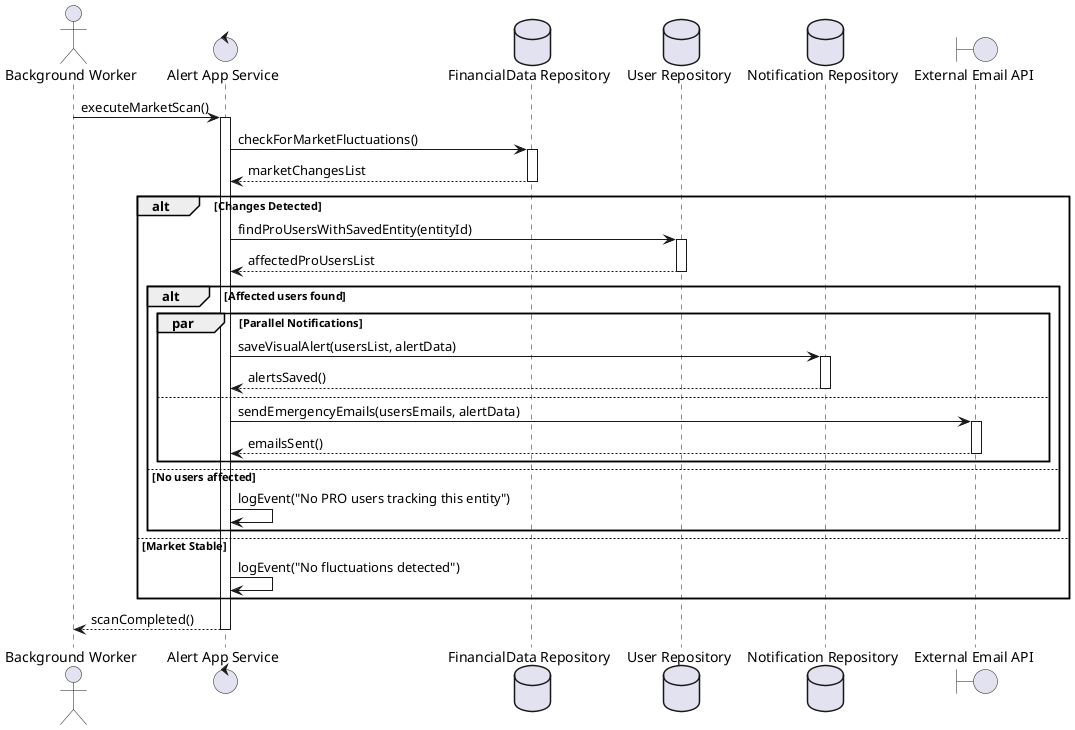
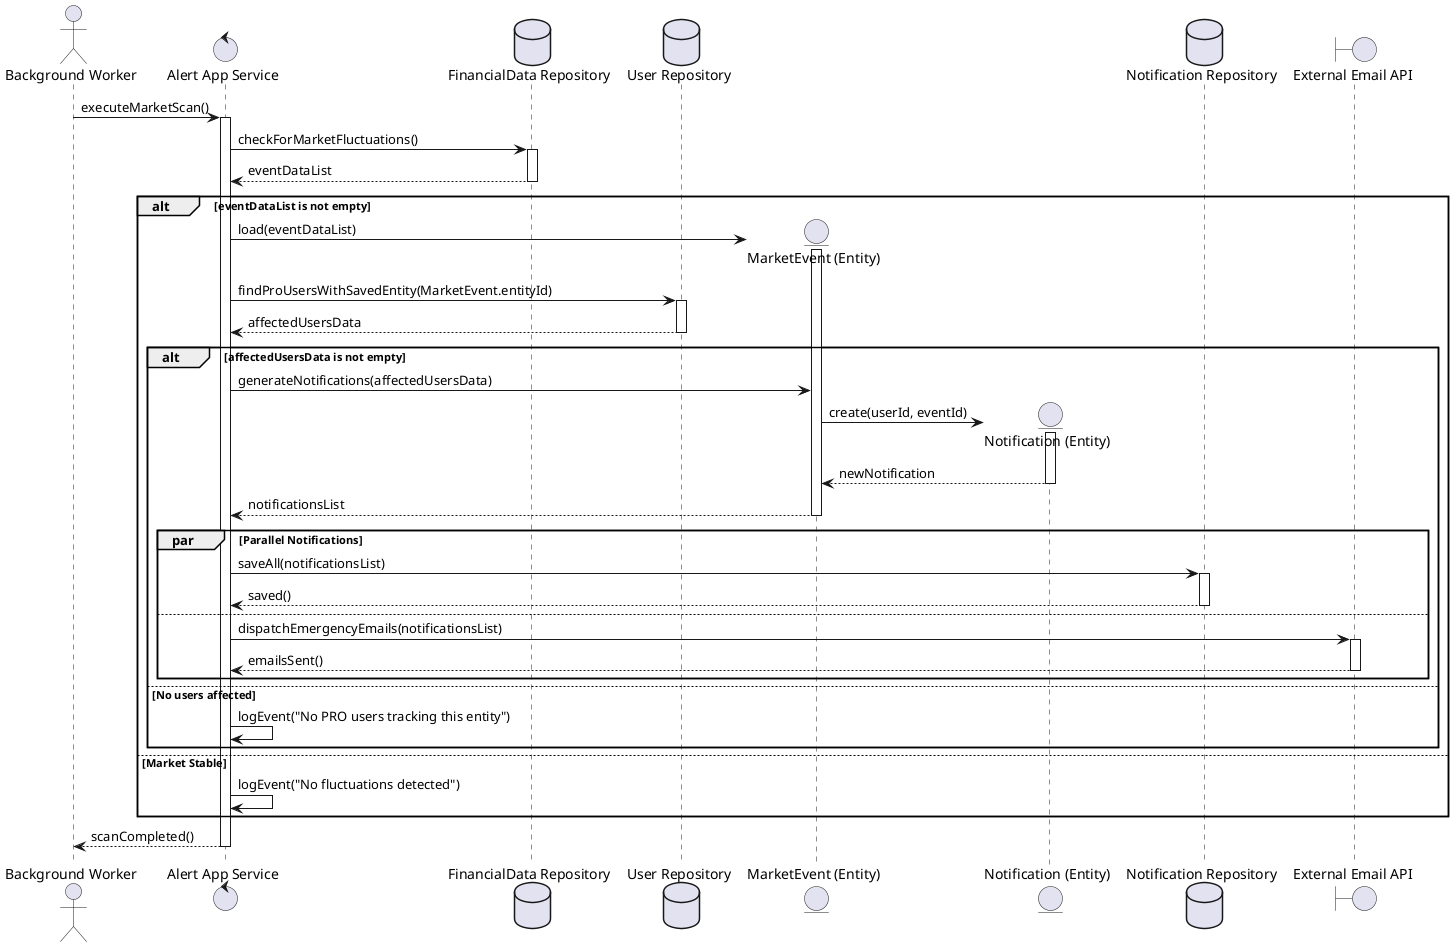
- @startuml "Sequence Diagram - Monitor Market and Issue Alerts"
+ @startuml "Sequence Diagram - Monitor Market and Issue Alerts (DDD & Robustness)"

actor "Background Worker" as Worker
control "Alert App Service" as AppService
database "FinancialData Repository" as FinRepo
database "User Repository" as UserRepo
+ entity "MarketEvent (Entity)" as MarketEvent
+ entity "Notification (Entity)" as Notification
database "Notification Repository" as NotifRepo
boundary "External Email API" as EmailAPI

Worker -> AppService : executeMarketScan()
activate AppService

AppService -> FinRepo : checkForMarketFluctuations()
activate FinRepo
- FinRepo --> AppService : marketChangesList
+ FinRepo --> AppService : eventDataList
deactivate FinRepo

- ' Validación de fluctuaciones (Tasas, Semáforo o SBS)
- alt Changes Detected
-     AppService -> UserRepo : findProUsersWithSavedEntity(entityId)
+ ' Validación de fluctuaciones delegada al dominio
+ alt eventDataList is not empty
+     ' 1. Instanciación de la Entidad del evento de mercado
+     AppService -> MarketEvent ** : load(eventDataList)
+     activate MarketEvent
+ 
+     AppService -> UserRepo : findProUsersWithSavedEntity(MarketEvent.entityId)
    activate UserRepo
-     UserRepo --> AppService : affectedProUsersList
+     UserRepo --> AppService : affectedUsersData
    deactivate UserRepo

-     ' Cruce de datos: Solo se alerta si hay usuarios PRO que guardaron la simulación
-     alt Affected users found
+     alt affectedUsersData is not empty
+         ' 2. La lógica de crear notificaciones pertenece a la Entidad, no al Servicio
+         AppService -> MarketEvent : generateNotifications(affectedUsersData)
+ 
+         ' 3. Instanciación de las notificaciones individuales
+         MarketEvent -> Notification ** : create(userId, eventId)
+         activate Notification
+         Notification --> MarketEvent : newNotification
+         deactivate Notification
+ 
+         MarketEvent --> AppService : notificationsList
+         deactivate MarketEvent
+ 
+         ' 4. El servicio orquesta la persistencia y la frontera (Boundary)
        par Parallel Notifications
-             AppService -> NotifRepo : saveVisualAlert(usersList, alertData)
+             AppService -> NotifRepo : saveAll(notificationsList)
            activate NotifRepo
-             NotifRepo --> AppService : alertsSaved()
+             NotifRepo --> AppService : saved()
            deactivate NotifRepo
        else
-             AppService -> EmailAPI : sendEmergencyEmails(usersEmails, alertData)
+             AppService -> EmailAPI : dispatchEmergencyEmails(notificationsList)
            activate EmailAPI
            EmailAPI --> AppService : emailsSent()
            deactivate EmailAPI
        end
    else No users affected
        AppService -> AppService : logEvent("No PRO users tracking this entity")
    end
else Market Stable
    AppService -> AppService : logEvent("No fluctuations detected")
end

AppService --> Worker : scanCompleted()
deactivate AppService

@enduml